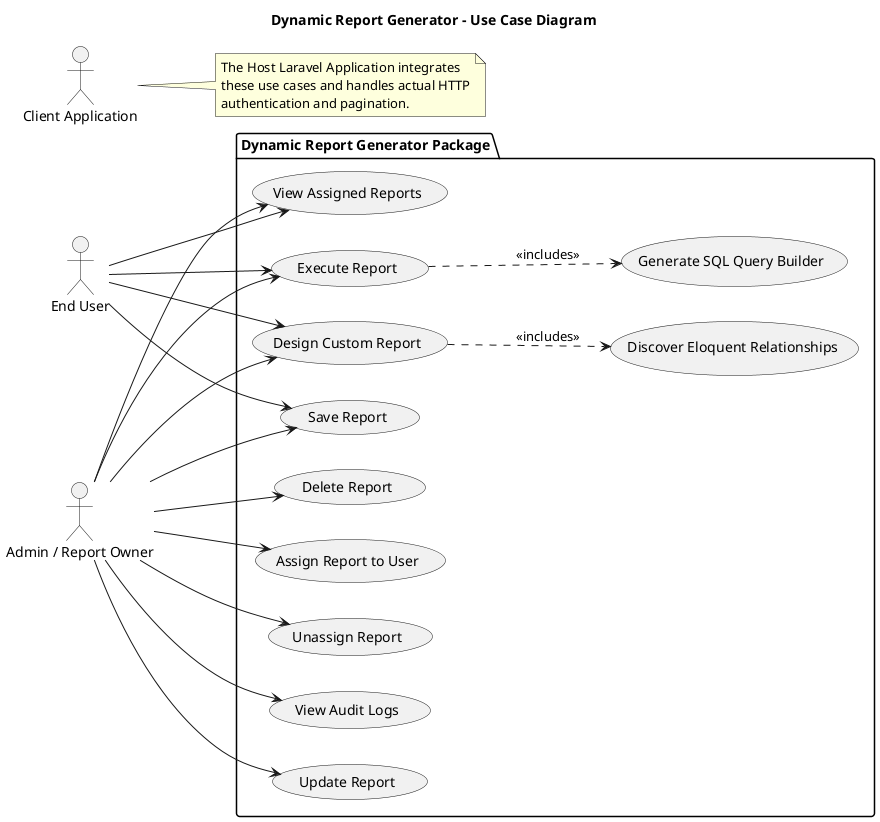
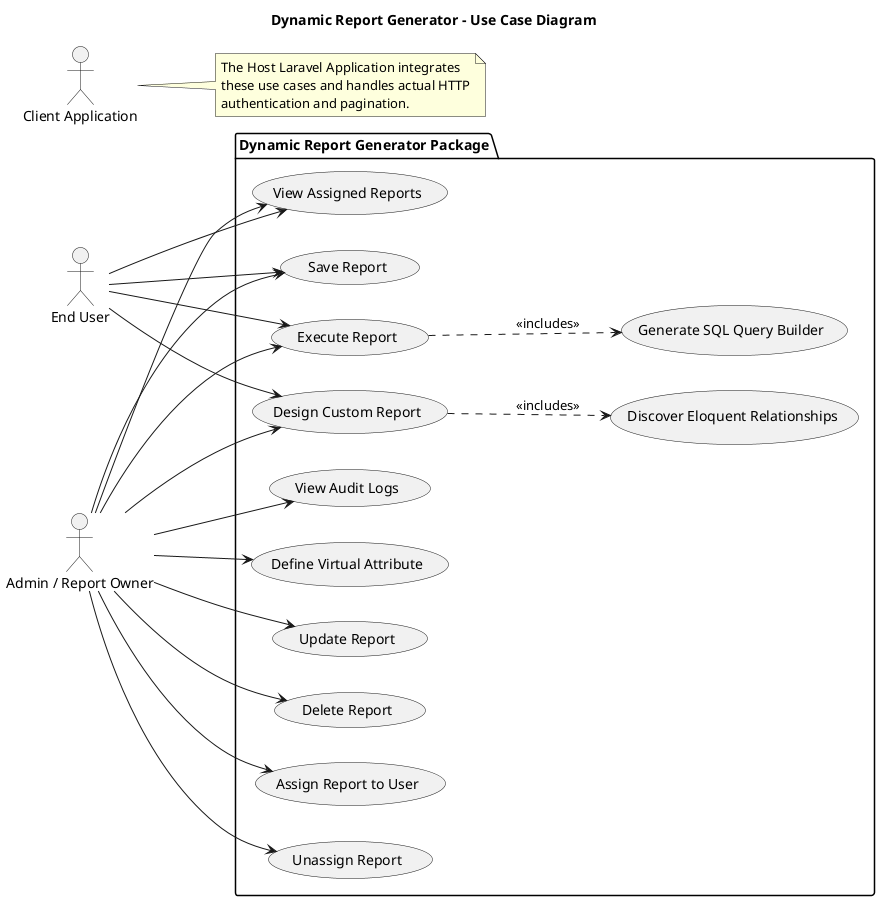
@startuml Use Case Diagram
title Dynamic Report Generator - Use Case Diagram

left to right direction

actor "End User" as User
actor "Admin / Report Owner" as Admin
actor "Client Application" as HostApp

package "Dynamic Report Generator Package" {
  usecase "Design Custom Report" as UC_Design
  usecase "Save Report" as UC_Save
  usecase "Execute Report" as UC_Execute
  usecase "Update Report" as UC_Update
  usecase "Delete Report" as UC_Delete
  usecase "Assign Report to User" as UC_Assign
  usecase "Unassign Report" as UC_Unassign
  usecase "View Assigned Reports" as UC_ViewAssigned
  usecase "View Audit Logs" as UC_Audit

  usecase "Discover Eloquent Relationships" as UC_Discover
  usecase "Generate SQL Query Builder" as UC_Generate
+ 
+   usecase "Define Virtual Attribute" as UC_DefineVA
}

User --> UC_Execute
User --> UC_ViewAssigned
User --> UC_Design
User --> UC_Save

Admin --> UC_Execute
Admin --> UC_ViewAssigned
Admin --> UC_Design
Admin --> UC_Save
Admin --> UC_Update
Admin --> UC_Delete
Admin --> UC_Assign
Admin --> UC_Unassign
Admin --> UC_Audit
+ Admin --> UC_DefineVA

UC_Execute ..> UC_Generate : <<includes>>
UC_Design ..> UC_Discover : <<includes>>

note right of HostApp
  The Host Laravel Application integrates
  these use cases and handles actual HTTP
  authentication and pagination.
end note

@enduml
